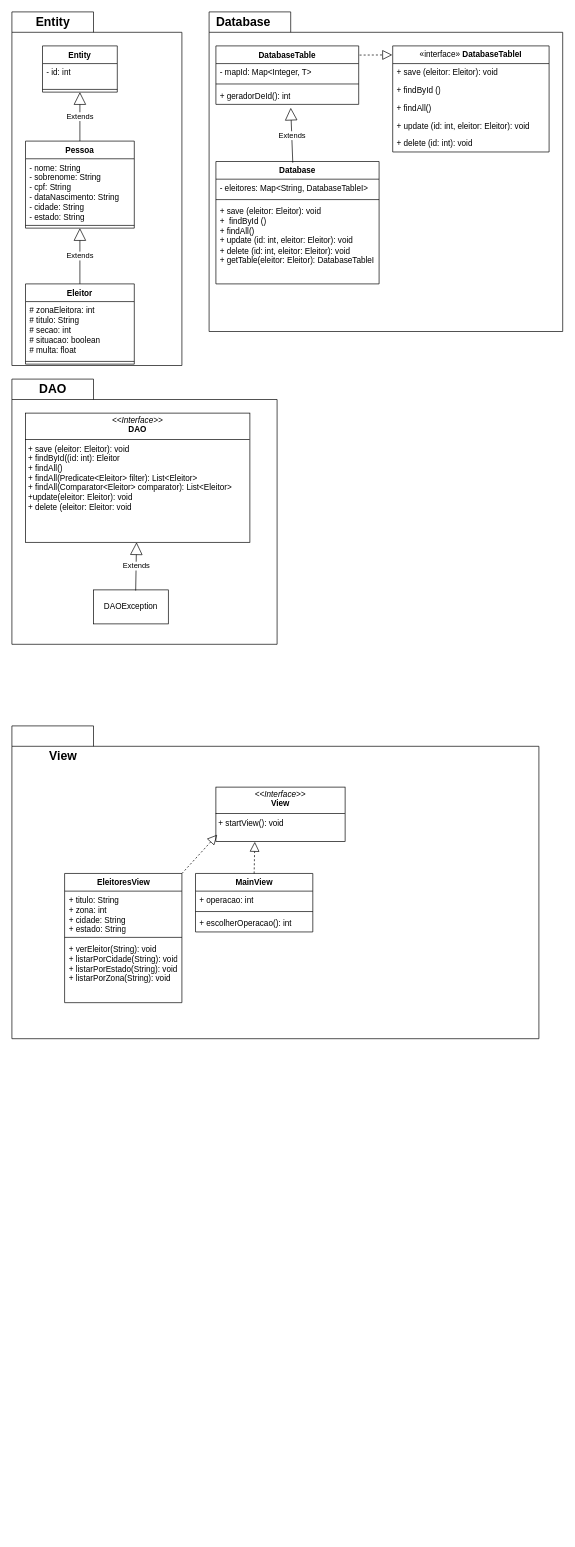
Above: Diagrama sem nome.drawio in fseabra93/proj_final_LP2 (draw.io), before the change. Source tidied: cells renumbered, new cells numbered last; positions are measured from the earlier drawing's top-left corner, leaving out a move shared by most shapes. Both pictures are drawn from the tidied source at 68%, with x=0, y=0 at pixel (12, 12).
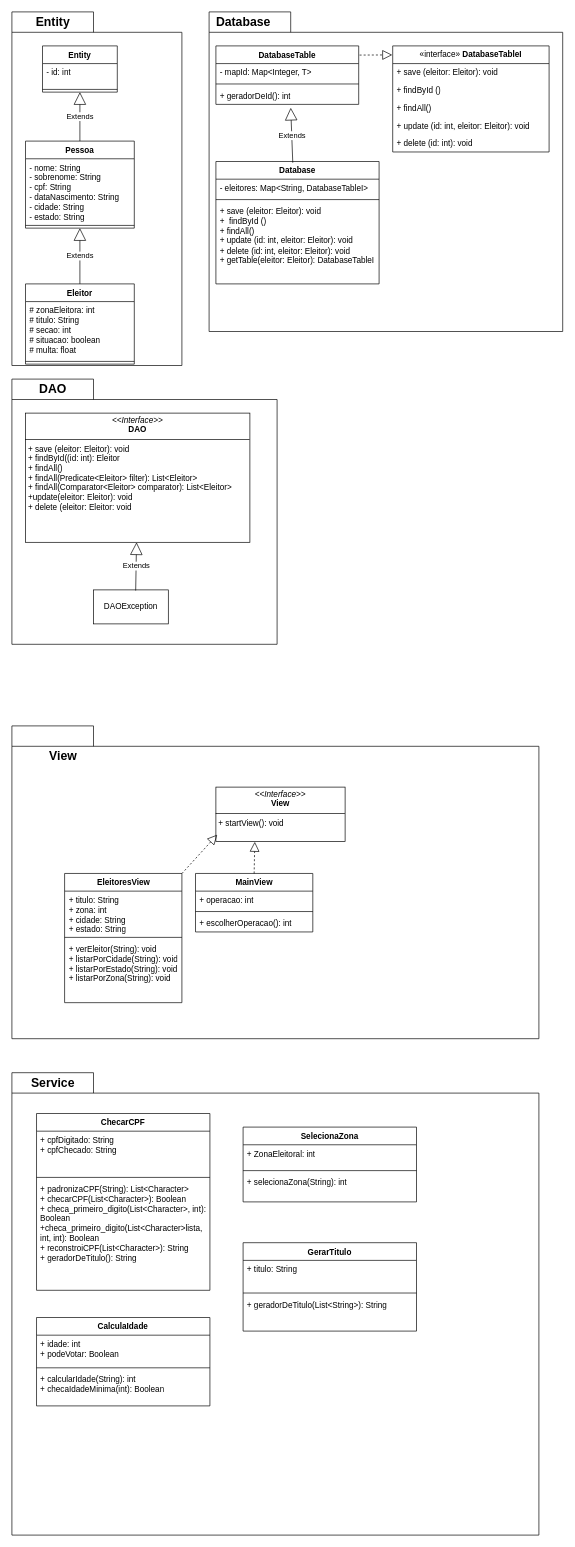
Above is the later version.

The edit, as a diff of the source:
```diff
@@
+    <mxCell id="52" style="shape=folder;fontStyle=1;spacingTop=10;tabWidth=120;tabHeight=30;tabPosition=left;html=1;whiteSpace=wrap;" parent="1" vertex="1">
+      <mxGeometry y="1560" width="775" height="680" as="geometry" />
+    </mxCell>
+    <mxCell id="53" value="Service" style="text;align=center;fontStyle=1;verticalAlign=middle;spacingLeft=3;spacingRight=3;strokeColor=none;html=1;fontSize=18;" parent="1" vertex="1">
+      <mxGeometry y="1560" width="120" height="30" as="geometry" />
+    </mxCell>
+    <mxCell id="54" value="ChecarCPF" style="swimlane;fontStyle=1;align=center;verticalAlign=top;horizontal=1;startSize=26;whiteSpace=wrap;html=1;" parent="1" vertex="1">
+      <mxGeometry x="36.2" y="1620" width="255" height="260" as="geometry" />
+    </mxCell>
+    <mxCell id="55" value="+ cpfDigitado: String&lt;div&gt;+ cpfChecado: String&lt;/div&gt;&lt;div&gt;&lt;br&gt;&lt;/div&gt;" style="text;strokeColor=none;fillColor=none;align=left;verticalAlign=top;spacingLeft=4;spacingRight=4;overflow=hidden;whiteSpace=wrap;html=1;" parent="54" vertex="1">
+      <mxGeometry y="26" width="255" height="64" as="geometry" />
+    </mxCell>
+    <mxCell id="56" style="line;strokeWidth=1;fillColor=none;align=left;verticalAlign=middle;spacingTop=-1;spacingLeft=3;spacingRight=3;labelPosition=right;strokeColor=inherit;" parent="54" vertex="1">
+      <mxGeometry y="90" width="255" height="8" as="geometry" />
+    </mxCell>
+    <mxCell id="57" value="+ padronizaCPF(String): List&amp;lt;Character&amp;gt;&lt;div&gt;+&amp;nbsp;checarCPF(List&amp;lt;Character&amp;gt;): Boolean&lt;br&gt;&lt;/div&gt;&lt;div&gt;+&amp;nbsp;checa_primeiro_digito(List&amp;lt;Character&amp;gt;, int): Boolean&lt;/div&gt;&lt;div&gt;+checa_primeiro_digito(List&amp;lt;Character&amp;gt;lista, int, int): Boolean&lt;/div&gt;&lt;div&gt;+&amp;nbsp;reconstroiCPF(List&amp;lt;Character&amp;gt;): String&lt;/div&gt;&lt;div&gt;+&amp;nbsp;geradorDeTitulo(): String&lt;/div&gt;" style="text;strokeColor=none;fillColor=none;align=left;verticalAlign=top;spacingLeft=4;spacingRight=4;overflow=hidden;whiteSpace=wrap;html=1;" parent="54" vertex="1">
+      <mxGeometry y="98" width="255" height="162" as="geometry" />
+    </mxCell>
+    <mxCell id="58" value="GerarTitulo" style="swimlane;fontStyle=1;align=center;verticalAlign=top;horizontal=1;startSize=26;whiteSpace=wrap;html=1;" parent="1" vertex="1">
+      <mxGeometry x="340" y="1810" width="255" height="130" as="geometry" />
+    </mxCell>
+    <mxCell id="59" value="+ titulo: String" style="text;strokeColor=none;fillColor=none;align=left;verticalAlign=top;spacingLeft=4;spacingRight=4;overflow=hidden;whiteSpace=wrap;html=1;" parent="58" vertex="1">
+      <mxGeometry y="26" width="255" height="44" as="geometry" />
+    </mxCell>
+    <mxCell id="60" style="line;strokeWidth=1;fillColor=none;align=left;verticalAlign=middle;spacingTop=-1;spacingLeft=3;spacingRight=3;labelPosition=right;strokeColor=inherit;" parent="58" vertex="1">
+      <mxGeometry y="70" width="255" height="8" as="geometry" />
+    </mxCell>
+    <mxCell id="61" value="+ geradorDeTitulo(List&amp;lt;String&amp;gt;): String" style="text;strokeColor=none;fillColor=none;align=left;verticalAlign=top;spacingLeft=4;spacingRight=4;overflow=hidden;whiteSpace=wrap;html=1;" parent="58" vertex="1">
+      <mxGeometry y="78" width="255" height="52" as="geometry" />
+    </mxCell>
+    <mxCell id="62" value="CalculaIdade" style="swimlane;fontStyle=1;align=center;verticalAlign=top;horizontal=1;startSize=26;whiteSpace=wrap;html=1;" parent="1" vertex="1">
+      <mxGeometry x="36.2" y="1920" width="255" height="130" as="geometry" />
+    </mxCell>
+    <mxCell id="63" value="+ idade: int&lt;div&gt;+ podeVotar: Boolean&lt;br&gt;&lt;/div&gt;" style="text;strokeColor=none;fillColor=none;align=left;verticalAlign=top;spacingLeft=4;spacingRight=4;overflow=hidden;whiteSpace=wrap;html=1;" parent="62" vertex="1">
+      <mxGeometry y="26" width="255" height="44" as="geometry" />
+    </mxCell>
+    <mxCell id="64" style="line;strokeWidth=1;fillColor=none;align=left;verticalAlign=middle;spacingTop=-1;spacingLeft=3;spacingRight=3;labelPosition=right;strokeColor=inherit;" parent="62" vertex="1">
+      <mxGeometry y="70" width="255" height="8" as="geometry" />
+    </mxCell>
+    <mxCell id="65" value="+ calcularIdade(String): int&lt;div&gt;+ checaIdadeMinima(int): Boolean&lt;/div&gt;" style="text;strokeColor=none;fillColor=none;align=left;verticalAlign=top;spacingLeft=4;spacingRight=4;overflow=hidden;whiteSpace=wrap;html=1;" parent="62" vertex="1">
+      <mxGeometry y="78" width="255" height="52" as="geometry" />
+    </mxCell>
+    <mxCell id="66" value="SelecionaZona" style="swimlane;fontStyle=1;align=center;verticalAlign=top;horizontal=1;startSize=26;whiteSpace=wrap;html=1;" parent="1" vertex="1">
+      <mxGeometry x="340" y="1640" width="255" height="110" as="geometry" />
+    </mxCell>
+    <mxCell id="67" value="&lt;div&gt;+ ZonaEleitoral: int&lt;/div&gt;" style="text;strokeColor=none;fillColor=none;align=left;verticalAlign=top;spacingLeft=4;spacingRight=4;overflow=hidden;whiteSpace=wrap;html=1;" parent="66" vertex="1">
+      <mxGeometry y="26" width="255" height="34" as="geometry" />
+    </mxCell>
+    <mxCell id="68" style="line;strokeWidth=1;fillColor=none;align=left;verticalAlign=middle;spacingTop=-1;spacingLeft=3;spacingRight=3;labelPosition=right;strokeColor=inherit;" parent="66" vertex="1">
+      <mxGeometry y="60" width="255" height="8" as="geometry" />
+    </mxCell>
+    <mxCell id="69" value="+ selecionaZona(String): int" style="text;strokeColor=none;fillColor=none;align=left;verticalAlign=top;spacingLeft=4;spacingRight=4;overflow=hidden;whiteSpace=wrap;html=1;" parent="66" vertex="1">
+      <mxGeometry y="68" width="255" height="42" as="geometry" />
+    </mxCell>
```
